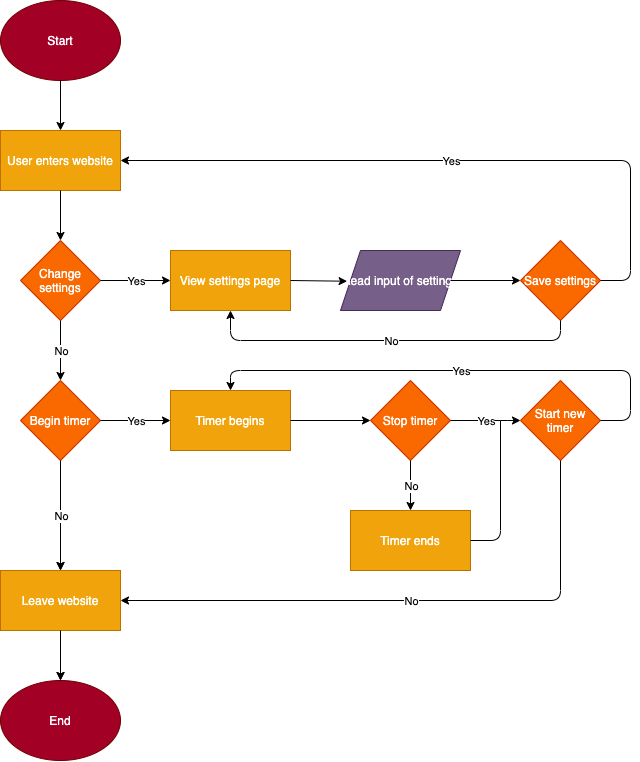
Above: specs/flowchart.drawio.png in 19lmyers/cse110-w21-group14 (draw.io), before the change. Source tidied: cells renumbered, new cells last; positions are measured from the earlier drawing's top-left corner, leaving out a move shared by most shapes.
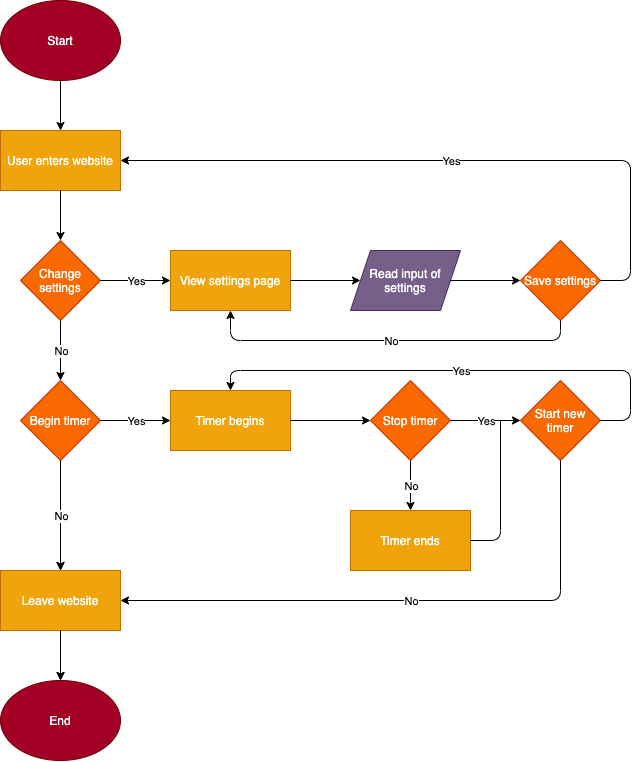
The same diagram one commit later.

Diff of the diagram source:
```diff
@@ -63,9 +63,9 @@
       <mxGeometry x="520" y="240" width="80" height="80" as="geometry" />
     </mxCell>
     <mxCell id="22" value="Read input of settings" style="shape=parallelogram;perimeter=parallelogramPerimeter;whiteSpace=wrap;html=1;fixedSize=1;fillColor=#76608a;strokeColor=#432D57;fontColor=#ffffff;" parent="1" vertex="1">
-      <mxGeometry x="340" y="250" width="120" height="60" as="geometry" />
+      <mxGeometry x="350" y="250" width="110" height="60" as="geometry" />
     </mxCell>
-    <mxCell id="23" style="endArrow=classic;html=1;exitX=1;exitY=0.5;exitDx=0;exitDy=0;entryX=0.055;entryY=0.512;entryDx=0;entryDy=0;entryPerimeter=0;" parent="1" edge="1" source="8" target="22">
+    <mxCell id="23" style="endArrow=classic;html=1;exitX=1;exitY=0.5;exitDx=0;exitDy=0;entryX=0;entryY=0.5;entryDx=0;entryDy=0;" parent="1" edge="1" source="8" target="22">
       <mxGeometry relative="1" as="geometry" />
     </mxCell>
     <mxCell id="24" style="endArrow=classic;html=1;entryX=0;entryY=0.5;entryDx=0;entryDy=0;" parent="1" edge="1" source="22" target="21">
```
